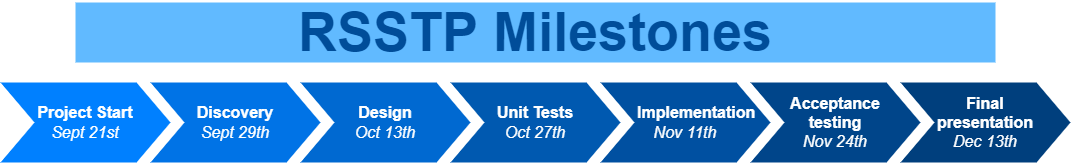
The draw.io diagram misc/diagrams/timeline.drawio.png in filkata123/RSSTP, before a commit. Source tidied: cells renumbered, new cells last; positions are measured from the earlier drawing's top-left corner, leaving out a move shared by most shapes.
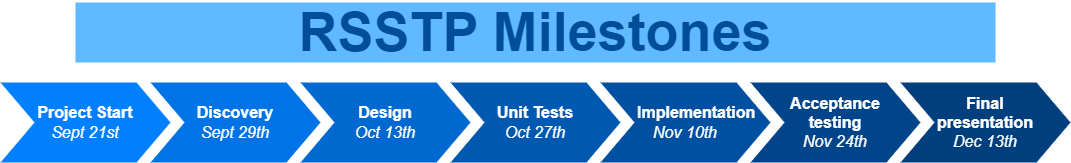
The same diagram one commit later.

Change to the diagram source:
```diff
@@ -11,7 +11,7 @@
     <mxCell id="4" value="Unit Tests&lt;br&gt;&lt;span style=&quot;font-weight: normal;&quot;&gt;&lt;i&gt;Oct 27th&lt;/i&gt;&lt;/span&gt;" style="shape=step;whiteSpace=wrap;html=1;fontSize=16;fillColor=#0059B0;fontColor=#FFFFFF;strokeColor=none;fontStyle=1;" parent="1" vertex="1">
       <mxGeometry x="450" y="80" width="170" height="80" as="geometry" />
     </mxCell>
-    <mxCell id="5" value="&amp;nbsp; &amp;nbsp; &amp;nbsp;Implementation&lt;br&gt;&lt;span style=&quot;font-weight: 400;&quot;&gt;&lt;i&gt;Nov 11th&lt;/i&gt;&lt;/span&gt;" style="shape=step;whiteSpace=wrap;html=1;fontSize=16;fillColor=#0050A1;fontColor=#FFFFFF;strokeColor=none;fontStyle=1;" parent="1" vertex="1">
+    <mxCell id="5" value="&amp;nbsp; &amp;nbsp; &amp;nbsp;Implementation&lt;br&gt;&lt;span style=&quot;font-weight: 400;&quot;&gt;&lt;i&gt;Nov 10th&lt;/i&gt;&lt;/span&gt;" style="shape=step;whiteSpace=wrap;html=1;fontSize=16;fillColor=#0050A1;fontColor=#FFFFFF;strokeColor=none;fontStyle=1;" parent="1" vertex="1">
       <mxGeometry x="600" y="80" width="170" height="80" as="geometry" />
     </mxCell>
     <mxCell id="6" value="Acceptance&lt;br style=&quot;font-size: 16px;&quot;&gt;testing&lt;br&gt;&lt;span style=&quot;font-weight: 400;&quot;&gt;&lt;i&gt;Nov 24th&lt;/i&gt;&lt;/span&gt;" style="shape=step;whiteSpace=wrap;html=1;fontSize=16;fillColor=#00458A;fontColor=#FFFFFF;strokeColor=none;fontStyle=1;" parent="1" vertex="1">
```
